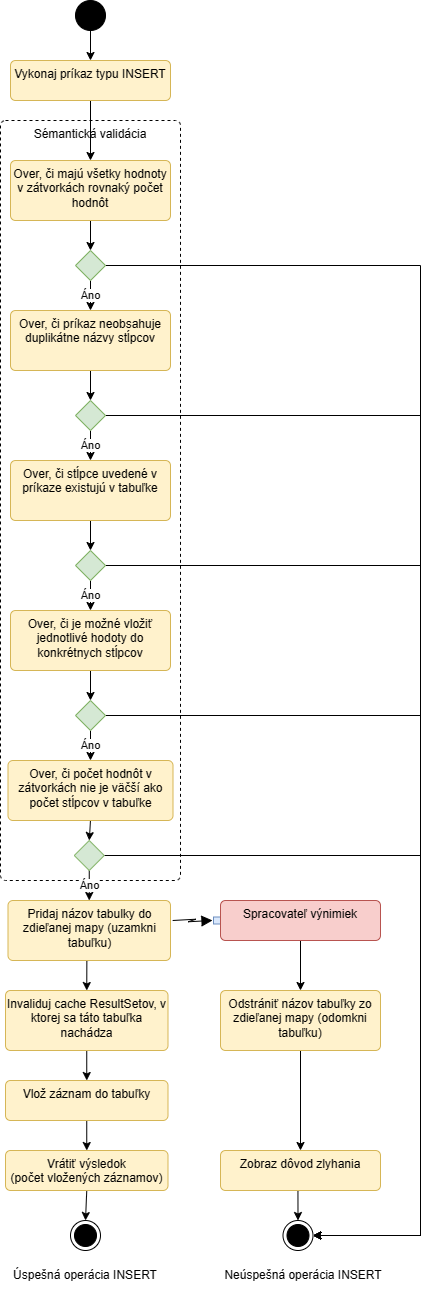
The draw.io diagram JFSQL-documentation/Images/Insert activity.png in Zsolti0819/JFSQL, before a commit. Source tidied: cells renumbered, new cells last; positions are measured from the earlier drawing's top-left corner, leaving out a move shared by most shapes.
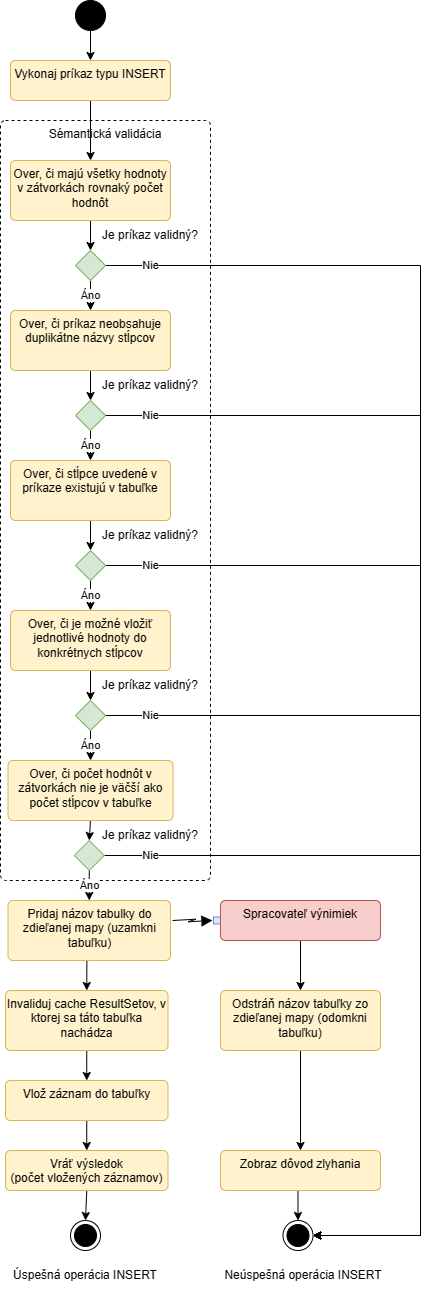
Later version of the same file.

Change to the diagram source:
```diff
@@ -3,7 +3,7 @@
     <mxCell id="0" />
     <mxCell id="1" parent="0" />
     <mxCell id="2" value="Sémantická validácia" style="html=1;align=center;verticalAlign=top;rounded=1;absoluteArcSize=1;arcSize=10;dashed=1;whiteSpace=wrap;" parent="1" vertex="1">
-      <mxGeometry y="120" width="180" height="760" as="geometry" />
+      <mxGeometry y="120" width="210" height="760" as="geometry" />
     </mxCell>
     <mxCell id="3" style="edgeStyle=orthogonalEdgeStyle;rounded=0;jettySize=auto;html=1;exitX=0.5;exitY=1;exitDx=0;exitDy=0;entryX=0.5;entryY=0;entryDx=0;entryDy=0;" parent="1" edge="1" source="4" target="7">
       <mxGeometry relative="1" as="geometry" />
@@ -29,8 +29,8 @@
     <mxCell id="10" value="Áno" style="edgeStyle=orthogonalEdgeStyle;rounded=0;jettySize=auto;html=1;exitX=0.5;exitY=1;exitDx=0;exitDy=0;entryX=0.5;entryY=0;entryDx=0;entryDy=0;" parent="1" edge="1" source="12" target="14">
       <mxGeometry relative="1" as="geometry" />
     </mxCell>
-    <mxCell id="11" style="edgeStyle=orthogonalEdgeStyle;rounded=0;jettySize=auto;html=1;exitX=1;exitY=0.5;exitDx=0;exitDy=0;entryX=1;entryY=0.5;entryDx=0;entryDy=0;" parent="1" edge="1" source="12" target="39">
-      <mxGeometry relative="1" as="geometry">
+    <mxCell id="11" value="Nie" style="edgeStyle=orthogonalEdgeStyle;rounded=0;jettySize=auto;html=1;exitX=1;exitY=0.5;exitDx=0;exitDy=0;entryX=1;entryY=0.5;entryDx=0;entryDy=0;" parent="1" edge="1" source="12" target="39">
+      <mxGeometry x="-0.94" relative="1" as="geometry">
         <Array as="points">
           <mxPoint x="420" y="265" />
           <mxPoint x="420" y="1235" />
@@ -55,7 +55,7 @@
     <mxCell id="17" style="edgeStyle=orthogonalEdgeStyle;rounded=0;jettySize=auto;html=1;exitX=0.5;exitY=1;exitDx=0;exitDy=0;entryX=0.5;entryY=0;entryDx=0;entryDy=0;" parent="1" edge="1" source="18" target="29">
       <mxGeometry relative="1" as="geometry" />
     </mxCell>
-    <mxCell id="18" value="Over, či je možné vložiť jednotlivé hodoty do konkrétnych stĺpcov" style="html=1;align=center;verticalAlign=top;rounded=1;absoluteArcSize=1;arcSize=10;dashed=0;whiteSpace=wrap;fillColor=#fff2cc;strokeColor=#d6b656;" parent="1" vertex="1">
+    <mxCell id="18" value="Over, či je možné vložiť jednotlivé hodnoty do konkrétnych stĺpcov" style="html=1;align=center;verticalAlign=top;rounded=1;absoluteArcSize=1;arcSize=10;dashed=0;whiteSpace=wrap;fillColor=#fff2cc;strokeColor=#d6b656;" parent="1" vertex="1">
       <mxGeometry x="10" y="610" width="160" height="60" as="geometry" />
     </mxCell>
     <mxCell id="19" style="edgeStyle=orthogonalEdgeStyle;rounded=0;jettySize=auto;html=1;exitX=0.5;exitY=1;exitDx=0;exitDy=0;entryX=0.5;entryY=0;entryDx=0;entryDy=0;" parent="1" edge="1" source="20" target="51">
@@ -67,8 +67,8 @@
     <mxCell id="21" value="Áno" style="edgeStyle=orthogonalEdgeStyle;rounded=0;jettySize=auto;html=1;exitX=0.5;exitY=1;exitDx=0;exitDy=0;entryX=0.5;entryY=0;entryDx=0;entryDy=0;" parent="1" edge="1" source="23" target="16">
       <mxGeometry relative="1" as="geometry" />
     </mxCell>
-    <mxCell id="22" style="edgeStyle=orthogonalEdgeStyle;rounded=0;jettySize=auto;html=1;exitX=1;exitY=0.5;exitDx=0;exitDy=0;entryX=1;entryY=0.5;entryDx=0;entryDy=0;" parent="1" edge="1" source="23" target="39">
-      <mxGeometry relative="1" as="geometry">
+    <mxCell id="22" value="Nie" style="edgeStyle=orthogonalEdgeStyle;rounded=0;jettySize=auto;html=1;exitX=1;exitY=0.5;exitDx=0;exitDy=0;entryX=1;entryY=0.5;entryDx=0;entryDy=0;" parent="1" edge="1" source="23" target="39">
+      <mxGeometry x="-0.93" relative="1" as="geometry">
         <Array as="points">
           <mxPoint x="420" y="415" />
           <mxPoint x="420" y="1235" />
@@ -81,8 +81,8 @@
     <mxCell id="24" value="Áno" style="edgeStyle=orthogonalEdgeStyle;rounded=0;jettySize=auto;html=1;exitX=0.5;exitY=1;exitDx=0;exitDy=0;entryX=0.5;entryY=0;entryDx=0;entryDy=0;" parent="1" edge="1" source="26" target="18">
       <mxGeometry relative="1" as="geometry" />
     </mxCell>
-    <mxCell id="25" style="edgeStyle=orthogonalEdgeStyle;rounded=0;jettySize=auto;html=1;exitX=1;exitY=0.5;exitDx=0;exitDy=0;entryX=1;entryY=0.5;entryDx=0;entryDy=0;" parent="1" edge="1" source="26" target="39">
-      <mxGeometry relative="1" as="geometry">
+    <mxCell id="25" value="Nie" style="edgeStyle=orthogonalEdgeStyle;rounded=0;jettySize=auto;html=1;exitX=1;exitY=0.5;exitDx=0;exitDy=0;entryX=1;entryY=0.5;entryDx=0;entryDy=0;" parent="1" edge="1" source="26" target="39">
+      <mxGeometry x="-0.92" relative="1" as="geometry">
         <Array as="points">
           <mxPoint x="420" y="565" />
           <mxPoint x="420" y="1235" />
@@ -95,8 +95,8 @@
     <mxCell id="27" value="Áno" style="edgeStyle=orthogonalEdgeStyle;rounded=0;jettySize=auto;html=1;exitX=0.5;exitY=1;exitDx=0;exitDy=0;entryX=0.5;entryY=0;entryDx=0;entryDy=0;" parent="1" edge="1" source="29" target="20">
       <mxGeometry relative="1" as="geometry" />
     </mxCell>
-    <mxCell id="28" style="edgeStyle=orthogonalEdgeStyle;rounded=0;jettySize=auto;html=1;exitX=1;exitY=0.5;exitDx=0;exitDy=0;entryX=1;entryY=0.5;entryDx=0;entryDy=0;" parent="1" edge="1" source="29" target="39">
-      <mxGeometry relative="1" as="geometry">
+    <mxCell id="28" value="Nie" style="edgeStyle=orthogonalEdgeStyle;rounded=0;jettySize=auto;html=1;exitX=1;exitY=0.5;exitDx=0;exitDy=0;entryX=1;entryY=0.5;entryDx=0;entryDy=0;" parent="1" edge="1" source="29" target="39">
+      <mxGeometry x="-0.9" relative="1" as="geometry">
         <Array as="points">
           <mxPoint x="420" y="715" />
           <mxPoint x="420" y="1235" />
@@ -127,7 +127,7 @@
     <mxCell id="36" style="edgeStyle=orthogonalEdgeStyle;rounded=0;jettySize=auto;html=1;exitX=0.5;exitY=1;exitDx=0;exitDy=0;entryX=0.5;entryY=0;entryDx=0;entryDy=0;" parent="1" edge="1" source="37" target="5">
       <mxGeometry relative="1" as="geometry" />
     </mxCell>
-    <mxCell id="37" value="Vrátiť výsledok &lt;br&gt;(počet vložených záznamov)" style="html=1;align=center;verticalAlign=top;rounded=1;absoluteArcSize=1;arcSize=10;dashed=0;whiteSpace=wrap;fillColor=#fff2cc;strokeColor=#d6b656;" parent="1" vertex="1">
+    <mxCell id="37" value="Vráť výsledok &lt;br&gt;(počet vložených záznamov)" style="html=1;align=center;verticalAlign=top;rounded=1;absoluteArcSize=1;arcSize=10;dashed=0;whiteSpace=wrap;fillColor=#fff2cc;strokeColor=#d6b656;" parent="1" vertex="1">
       <mxGeometry x="5" y="1150" width="162.5" height="40" as="geometry" />
     </mxCell>
     <mxCell id="38" value="Úspešná operácia INSERT" style="text;html=1;strokeColor=none;fillColor=none;align=center;verticalAlign=middle;whiteSpace=wrap;rounded=0;" parent="1" vertex="1">
@@ -153,7 +153,7 @@
     <mxCell id="44" style="edgeStyle=orthogonalEdgeStyle;rounded=0;jettySize=auto;html=1;exitX=0.5;exitY=1;exitDx=0;exitDy=0;entryX=0.5;entryY=0;entryDx=0;entryDy=0;" parent="1" edge="1" source="45" target="42">
       <mxGeometry relative="1" as="geometry" />
     </mxCell>
-    <mxCell id="45" value="Odstrániť názov tabuľky zo zdieľanej mapy (odomkni tabuľku)" style="html=1;align=center;verticalAlign=top;rounded=1;absoluteArcSize=1;arcSize=10;dashed=0;whiteSpace=wrap;fillColor=#fff2cc;strokeColor=#d6b656;" parent="1" vertex="1">
+    <mxCell id="45" value="Odstráň názov tabuľky zo zdieľanej mapy (odomkni tabuľku)" style="html=1;align=center;verticalAlign=top;rounded=1;absoluteArcSize=1;arcSize=10;dashed=0;whiteSpace=wrap;fillColor=#fff2cc;strokeColor=#d6b656;" parent="1" vertex="1">
       <mxGeometry x="220" y="990" width="160" height="60" as="geometry" />
     </mxCell>
     <mxCell id="46" style="fontStyle=0;labelPosition=right;verticalLabelPosition=middle;align=left;verticalAlign=middle;spacingLeft=2;html=1;fillColor=#dae8fc;strokeColor=#6c8ebf;" parent="1" vertex="1">
@@ -168,16 +168,32 @@
     <mxCell id="49" value="Áno" style="edgeStyle=orthogonalEdgeStyle;rounded=0;jettySize=auto;html=1;exitX=0.5;exitY=1;exitDx=0;exitDy=0;entryX=0.5;entryY=0;entryDx=0;entryDy=0;" parent="1" edge="1" source="51" target="31">
       <mxGeometry relative="1" as="geometry" />
     </mxCell>
-    <mxCell id="50" style="edgeStyle=orthogonalEdgeStyle;rounded=0;jettySize=auto;html=1;exitX=1;exitY=0.5;exitDx=0;exitDy=0;entryX=1;entryY=0.5;entryDx=0;entryDy=0;" parent="1" edge="1" source="51" target="39">
-      <mxGeometry relative="1" as="geometry">
+    <mxCell id="50" value="Nie" style="edgeStyle=orthogonalEdgeStyle;rounded=0;jettySize=auto;html=1;exitX=1;exitY=0.5;exitDx=0;exitDy=0;entryX=1;entryY=0.5;entryDx=0;entryDy=0;" parent="1" edge="1" source="51" target="39">
+      <mxGeometry x="-0.88" relative="1" as="geometry">
         <Array as="points">
           <mxPoint x="420" y="855" />
           <mxPoint x="420" y="1235" />
         </Array>
+        <mxPoint x="1" as="offset" />
       </mxGeometry>
     </mxCell>
     <mxCell id="51" style="rhombus;fillColor=#d5e8d4;strokeColor=#82b366;" parent="1" vertex="1">
       <mxGeometry x="73.8" y="840" width="30" height="30" as="geometry" />
     </mxCell>
+    <mxCell id="52" value="Je príkaz validný?" style="text;html=1;strokeColor=none;fillColor=none;align=center;verticalAlign=middle;whiteSpace=wrap;rounded=0;" parent="1" vertex="1">
+      <mxGeometry x="90" y="820" width="120" height="30" as="geometry" />
+    </mxCell>
+    <mxCell id="53" value="Je príkaz validný?" style="text;html=1;strokeColor=none;fillColor=none;align=center;verticalAlign=middle;whiteSpace=wrap;rounded=0;" parent="1" vertex="1">
+      <mxGeometry x="90" y="670" width="120" height="30" as="geometry" />
+    </mxCell>
+    <mxCell id="54" value="Je príkaz validný?" style="text;html=1;strokeColor=none;fillColor=none;align=center;verticalAlign=middle;whiteSpace=wrap;rounded=0;" parent="1" vertex="1">
+      <mxGeometry x="90" y="520" width="120" height="30" as="geometry" />
+    </mxCell>
+    <mxCell id="55" value="Je príkaz validný?" style="text;html=1;strokeColor=none;fillColor=none;align=center;verticalAlign=middle;whiteSpace=wrap;rounded=0;" parent="1" vertex="1">
+      <mxGeometry x="90" y="370" width="120" height="30" as="geometry" />
+    </mxCell>
+    <mxCell id="56" value="Je príkaz validný?" style="text;html=1;strokeColor=none;fillColor=none;align=center;verticalAlign=middle;whiteSpace=wrap;rounded=0;" parent="1" vertex="1">
+      <mxGeometry x="90" y="220" width="120" height="30" as="geometry" />
+    </mxCell>
   </root>
 </mxGraphModel>
```
